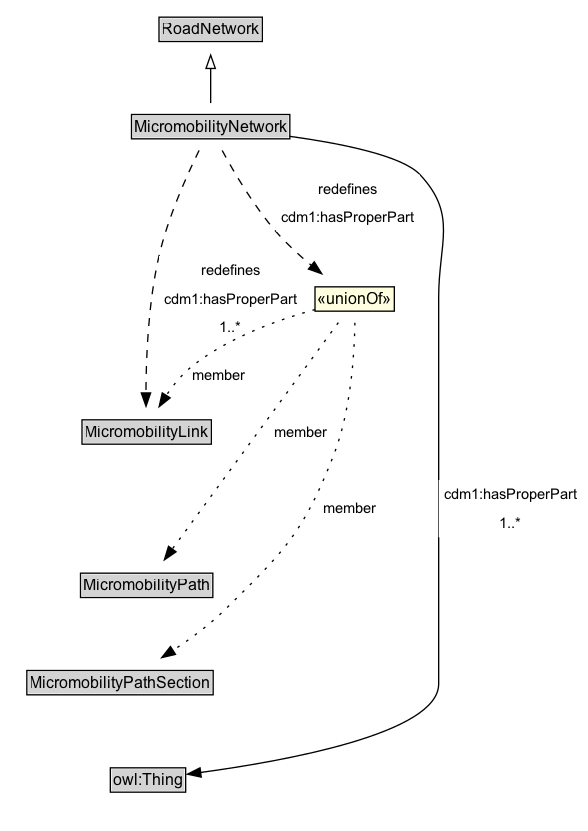
Before: docs/diagrams/MicromobilityNetwork.dot.png, a diagram exported from Graphviz (ISO-TC204/ontology-cdm-p3-v1). Its source is kept beside it as docs/diagrams/MicromobilityNetwork.dot.
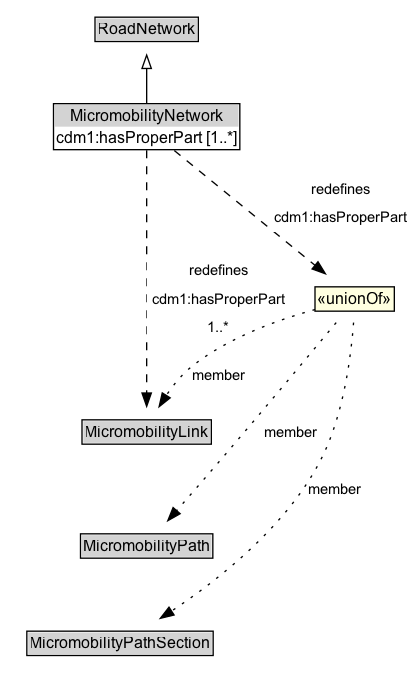
Later version of the same file.

Change to the diagram source:
```diff
@@ -6,7 +6,7 @@
 		rank=source
 		RoadNetwork [label=<<TABLE BORDER="1" CELLBORDER="0" CELLSPACING="0" CELLPADDING="1"><TR><TD BGCOLOR="lightgray" ALIGN="CENTER">RoadNetwork</TD></TR></TABLE>> URL="../RoadNetwork" margin=0]
 	}
-	MicromobilityNetwork [label=<<TABLE BORDER="1" CELLBORDER="0" CELLSPACING="0" CELLPADDING="1"><TR><TD BGCOLOR="lightgray" ALIGN="CENTER">MicromobilityNetwork</TD></TR></TABLE>> URL="../MicromobilityNetwork" margin=0]
+	MicromobilityNetwork [label=<<TABLE BORDER="1" CELLBORDER="0" CELLSPACING="0" CELLPADDING="1"><TR><TD BGCOLOR="lightgray" ALIGN="CENTER">MicromobilityNetwork</TD></TR><TR><TD ALIGN="LEFT">cdm1:hasProperPart [1..*]</TD></TR></TABLE>> URL="../MicromobilityNetwork" margin=0]
 	{
 		rank=max
 	}
@@ -16,23 +16,19 @@
 		MicromobilityLink [label=<<TABLE BORDER="1" CELLBORDER="0" CELLSPACING="0" CELLPADDING="1"><TR><TD BGCOLOR="lightgray" ALIGN="CENTER">MicromobilityLink</TD></TR></TABLE>> URL="../MicromobilityLink" margin=0]
 		MicromobilityPath [label=<<TABLE BORDER="1" CELLBORDER="0" CELLSPACING="0" CELLPADDING="1"><TR><TD BGCOLOR="lightgray" ALIGN="CENTER">MicromobilityPath</TD></TR></TABLE>> URL="../MicromobilityPath" margin=0]
 		MicromobilityPathSection [label=<<TABLE BORDER="1" CELLBORDER="0" CELLSPACING="0" CELLPADDING="1"><TR><TD BGCOLOR="lightgray" ALIGN="CENTER">MicromobilityPathSection</TD></TR></TABLE>> URL="../MicromobilityPathSection" margin=0]
-		owl_Thing [label=<<TABLE BORDER="1" CELLBORDER="0" CELLSPACING="0" CELLPADDING="1"><TR><TD BGCOLOR="lightgray" ALIGN="CENTER">owl:Thing</TD></TR></TABLE>> URL="https://w3id.org/citydata/imported/owl/latest/Thing" margin=0]
 	}
 	MicromobilityNetwork -> RoadNetwork [arrowhead=onormal style=solid]
 	MicromobilityNetwork -> Invis [style=invis]
 	Invis -> MicromobilityLink [style=invis]
 	MicromobilityLink -> MicromobilityPath [style=invis]
 	MicromobilityPath -> MicromobilityPathSection [style=invis]
-	MicromobilityPathSection -> owl_Thing [style=invis]
+	n08b901a28ea24e5d929e965f217f15e3b11 [label=<<TABLE BORDER="1" CELLBORDER="0" CELLSPACING="0" CELLPADDING="1" BGCOLOR="lightyellow"><TR><TD ALIGN="CENTER">«unionOf»</TD></TR></TABLE>> margin=0]
 	MicromobilityLink [label=<<TABLE BORDER="1" CELLBORDER="0" CELLSPACING="0" CELLPADDING="1"><TR><TD BGCOLOR="lightgray" ALIGN="CENTER">MicromobilityLink</TD></TR></TABLE>> URL="../MicromobilityLink" margin=0]
+	n08b901a28ea24e5d929e965f217f15e3b11 -> MicromobilityLink [label=member arrowhead=normal style=dotted]
+	MicromobilityPath [label=<<TABLE BORDER="1" CELLBORDER="0" CELLSPACING="0" CELLPADDING="1"><TR><TD BGCOLOR="lightgray" ALIGN="CENTER">MicromobilityPath</TD></TR></TABLE>> URL="../MicromobilityPath" margin=0]
+	n08b901a28ea24e5d929e965f217f15e3b11 -> MicromobilityPath [label=member arrowhead=normal style=dotted]
+	MicromobilityPathSection [label=<<TABLE BORDER="1" CELLBORDER="0" CELLSPACING="0" CELLPADDING="1"><TR><TD BGCOLOR="lightgray" ALIGN="CENTER">MicromobilityPathSection</TD></TR></TABLE>> URL="../MicromobilityPathSection" margin=0]
+	n08b901a28ea24e5d929e965f217f15e3b11 -> MicromobilityPathSection [label=member arrowhead=normal style=dotted]
+	MicromobilityNetwork -> n08b901a28ea24e5d929e965f217f15e3b11 [label=<<TABLE BORDER="0" CELLBORDER="0" CELLSPACING="0" CELLPADDING="4" BGCOLOR="white"><TR><TD ALIGN="CENTER">redefines</TD></TR><TR><TD ALIGN="CENTER">cdm1:hasProperPart</TD></TR></TABLE>> arrowhead=normal style=dashed]
 	MicromobilityNetwork -> MicromobilityLink [label=<<TABLE BORDER="0" CELLBORDER="0" CELLSPACING="0" CELLPADDING="4" BGCOLOR="white"><TR><TD ALIGN="CENTER">redefines</TD></TR><TR><TD ALIGN="CENTER">cdm1:hasProperPart</TD></TR><TR><TD ALIGN="CENTER">1..*</TD></TR></TABLE>> arrowhead=normal style=dashed]
-	n357fc98d4b3b4002a740b57da5623563b12 [label=<<TABLE BORDER="1" CELLBORDER="0" CELLSPACING="0" CELLPADDING="1" BGCOLOR="lightyellow"><TR><TD ALIGN="CENTER">«unionOf»</TD></TR></TABLE>> margin=0]
-	n357fc98d4b3b4002a740b57da5623563b12 -> MicromobilityLink [label=member arrowhead=normal style=dotted]
-	MicromobilityPath [label=<<TABLE BORDER="1" CELLBORDER="0" CELLSPACING="0" CELLPADDING="1"><TR><TD BGCOLOR="lightgray" ALIGN="CENTER">MicromobilityPath</TD></TR></TABLE>> URL="../MicromobilityPath" margin=0]
-	n357fc98d4b3b4002a740b57da5623563b12 -> MicromobilityPath [label=member arrowhead=normal style=dotted]
-	MicromobilityPathSection [label=<<TABLE BORDER="1" CELLBORDER="0" CELLSPACING="0" CELLPADDING="1"><TR><TD BGCOLOR="lightgray" ALIGN="CENTER">MicromobilityPathSection</TD></TR></TABLE>> URL="../MicromobilityPathSection" margin=0]
-	n357fc98d4b3b4002a740b57da5623563b12 -> MicromobilityPathSection [label=member arrowhead=normal style=dotted]
-	MicromobilityNetwork -> n357fc98d4b3b4002a740b57da5623563b12 [label=<<TABLE BORDER="0" CELLBORDER="0" CELLSPACING="0" CELLPADDING="4" BGCOLOR="white"><TR><TD ALIGN="CENTER">redefines</TD></TR><TR><TD ALIGN="CENTER">cdm1:hasProperPart</TD></TR></TABLE>> arrowhead=normal style=dashed]
-	owl_Thing [label=<<TABLE BORDER="1" CELLBORDER="0" CELLSPACING="0" CELLPADDING="1"><TR><TD BGCOLOR="lightgray" ALIGN="CENTER">owl:Thing</TD></TR></TABLE>> URL="https://w3id.org/citydata/imported/owl/latest/Thing" margin=0]
-	MicromobilityNetwork -> owl_Thing [label=<<TABLE BORDER="0" CELLBORDER="0" CELLSPACING="0" CELLPADDING="4" BGCOLOR="white"><TR><TD ALIGN="CENTER">cdm1:hasProperPart</TD></TR><TR><TD ALIGN="CENTER">1..*</TD></TR></TABLE>> arrowhead=normal style=solid]
 }
```
